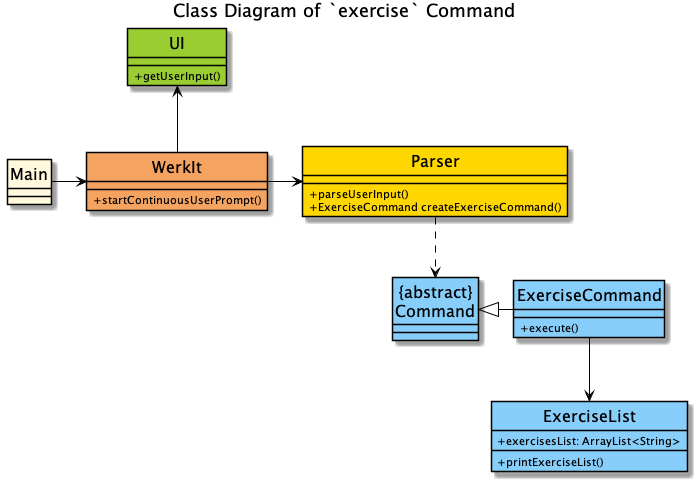
Before: docs/uml/classDiagrams/images/exercise.png, a diagram exported from PlantUML (nus-cs2113-AY2122S2/tp).
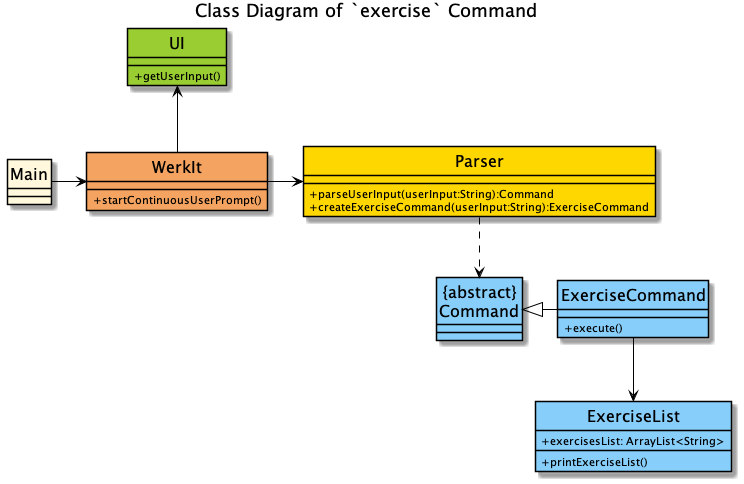
Later version of the same file.

Commit message:
Update diagrams with parameters

What changed in the source:
```diff
@@ -33,8 +33,8 @@
 }
 
 class Parser #Gold {
-+ parseUserInput()
-+ ExerciseCommand createExerciseCommand()
++ parseUserInput(userInput:String):Command
++ createExerciseCommand(userInput:String):ExerciseCommand
 }
 
 class ExerciseList #LightSkyBlue {
```
